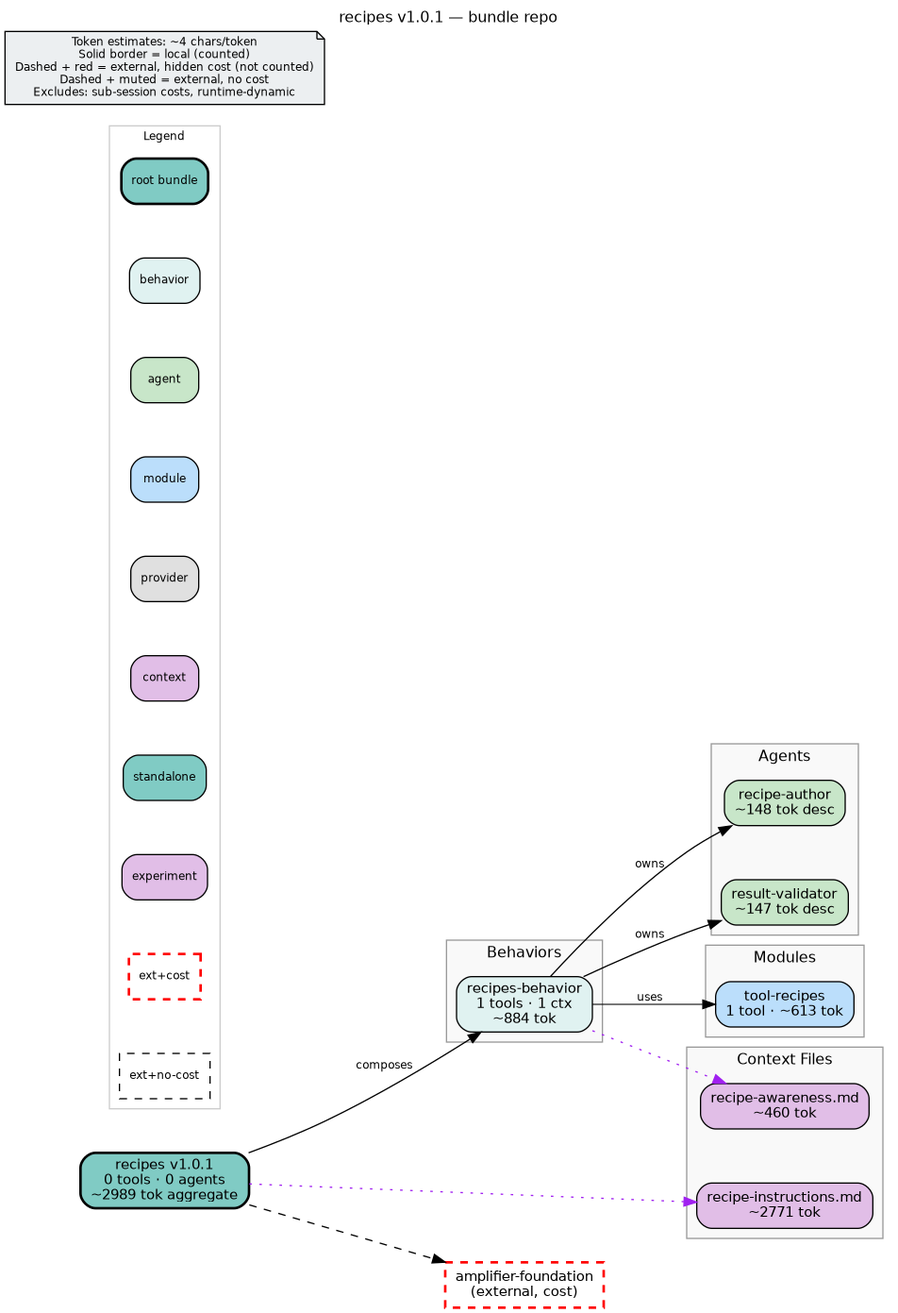
Earlier version of the Graphviz export bundle.png (microsoft/amplifier-bundle-recipes). Its source is kept beside it as bundle.dot.
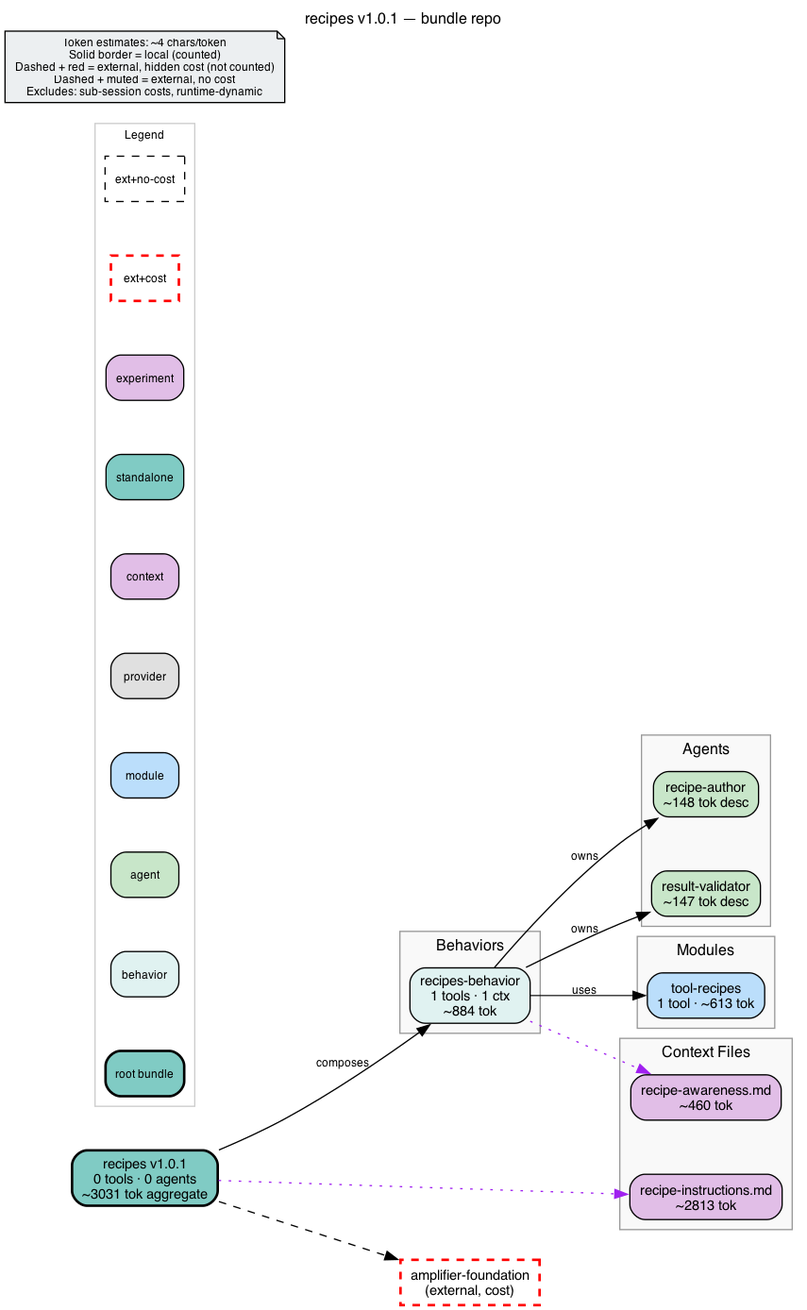
The same diagram one commit later.

What changed in the source:
```diff
@@ -8,12 +8,12 @@
     nodesep=0.6
     ranksep=0.7
     bgcolor="white"
-    source_hash="b21cdb63b64fb6826316a1a36af16e9a4115648dc7b45a86500753809cdb447b"
+    source_hash="b84ba146d2d4c5a6e4e140a0b857aeb91c591fb79477efb0c8e2a2f7ed78fba1"
 
     node [fontname="Helvetica", fontsize=11, style="filled,rounded"]
     edge [fontname="Helvetica", fontsize=9]
 
-    root_recipes [label="recipes v1.0.1\n0 tools · 0 agents\n~2989 tok aggregate", shape=box, fillcolor="#80cbc4", style="filled,rounded,bold", penwidth=2]
+    root_recipes [label="recipes v1.0.1\n0 tools · 0 agents\n~3031 tok aggregate", shape=box, fillcolor="#80cbc4", style="filled,rounded,bold", penwidth=2]
 
     subgraph cluster_behaviors {
         label="Behaviors"
@@ -50,7 +50,7 @@
         color="#999999"
 
         ctx_recipe_awareness_md [label="recipe-awareness.md\n~460 tok", shape=box, fillcolor="#e1bee7", style="filled,rounded"]
-        ctx_recipe_instructions_md [label="recipe-instructions.md\n~2771 tok", shape=box, fillcolor="#e1bee7", style="filled,rounded"]
+        ctx_recipe_instructions_md [label="recipe-instructions.md\n~2813 tok", shape=box, fillcolor="#e1bee7", style="filled,rounded"]
     }
 
     subgraph cluster_legend {
```
